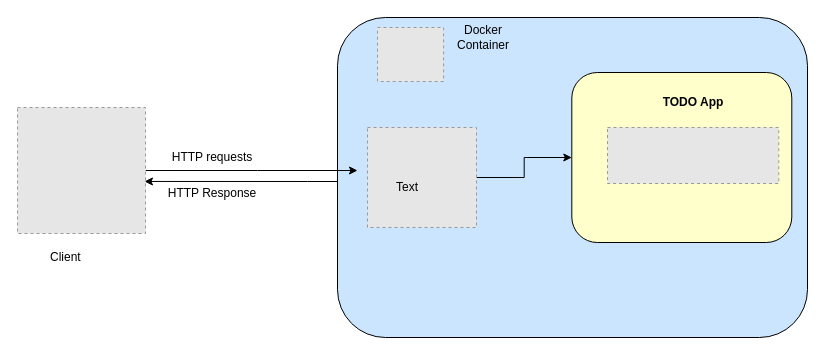
The draw.io diagram documentation/Container_Diagram.drawio in kiranuppi/DevOps-Course-Starter, before the edit. Source tidied: cells renumbered, new cells numbered last; positions are measured from the earlier drawing's top-left corner, leaving out a move shared by most shapes. Both pictures are drawn from the tidied source at 100%, with x=0, y=0 at pixel (17, 17). Pictures stored in the file or linked from it are replaced by grey dashed boxes.
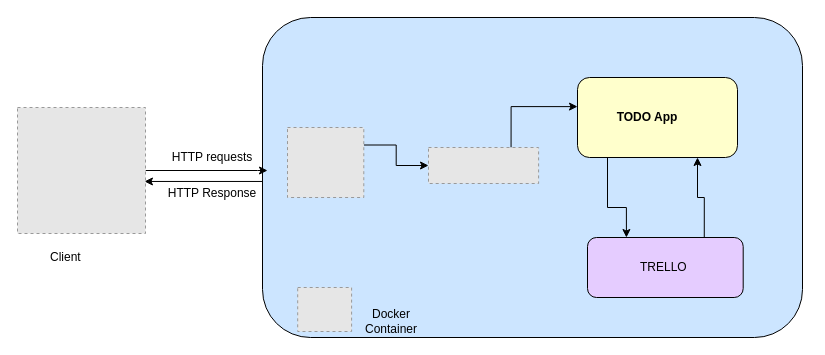
The same page after the edit.

The change refers to these unchanged cells:
```xml
<mxCell id="8" style="fillColor=#E6E6E6;strokeColor=#999999;dashed=1;verticalLabelPosition=bottom;labelBackgroundColor=#ffffff;verticalAlign=top;" parent="1" vertex="1">
  <mxGeometry y="90" width="128" height="126" as="geometry" />
</mxCell>
```

The edit, as a diff of the source:
```diff
@@
     <mxCell id="4" style="rounded=1;whiteSpace=wrap;html=1;fillColor=#CCE5FF;" parent="1" vertex="1">
-      <mxGeometry x="320" width="470" height="320" as="geometry" />
+      <mxGeometry x="245" width="540" height="320" as="geometry" />
     </mxCell>
     <mxCell id="5" style="fillColor=#E6E6E6;strokeColor=#999999;dashed=1;verticalLabelPosition=bottom;labelBackgroundColor=#ffffff;verticalAlign=top;" parent="1" vertex="1">
-      <mxGeometry x="360" y="10" width="66.1" height="54" as="geometry" />
+      <mxGeometry x="280.2" y="270" width="53.9" height="44" as="geometry" />
     </mxCell>
     <mxCell id="6" value="Docker Container" style="text;html=1;strokeColor=none;fillColor=none;align=center;verticalAlign=middle;whiteSpace=wrap;rounded=0;" parent="1" vertex="1">
-      <mxGeometry x="426.1" y="10" width="80" height="20" as="geometry" />
+      <mxGeometry x="334.1" y="294" width="80" height="20" as="geometry" />
     </mxCell>
     <mxCell id="7" style="edgeStyle=orthogonalEdgeStyle;rounded=0;jettySize=auto;html=1;exitX=1;exitY=0.5;exitDx=0;exitDy=0;" parent="1" edge="1" source="8">
       <mxGeometry relative="1" as="geometry">
-        <mxPoint x="340" y="153" as="targetPoint" />
+        <mxPoint x="250" y="153" as="targetPoint" />
         <Array as="points">
           <mxPoint x="240" y="153" />
           <mxPoint x="240" y="153" />
         </Array>
       </mxGeometry>
     </mxCell>
@@
-    <mxCell id="11" style="edgeStyle=orthogonalEdgeStyle;rounded=0;jettySize=auto;html=1;exitX=1;exitY=0.5;exitDx=0;exitDy=0;" parent="1" edge="1" source="12" target="13">
-      <mxGeometry relative="1" as="geometry" />
-    </mxCell>
+    <mxCell id="18" style="edgeStyle=orthogonalEdgeStyle;rounded=0;jettySize=auto;html=1;exitX=1;exitY=0.25;exitDx=0;exitDy=0;" parent="1" edge="1" source="12" target="14">
+      <mxGeometry relative="1" as="geometry" />
+    </mxCell>
     <mxCell id="12" style="fillColor=#E6E6E6;strokeColor=#999999;dashed=1;verticalLabelPosition=bottom;labelBackgroundColor=#ffffff;verticalAlign=top;" parent="1" vertex="1">
-      <mxGeometry x="350" y="110" width="109" height="100" as="geometry" />
+      <mxGeometry x="270" y="110" width="76.3" height="70" as="geometry" />
     </mxCell>
+    <mxCell id="19" style="edgeStyle=orthogonalEdgeStyle;rounded=0;jettySize=auto;html=1;exitX=0.25;exitY=1;exitDx=0;exitDy=0;entryX=0.25;entryY=0;entryDx=0;entryDy=0;" parent="1" edge="1" source="13" target="22">
+      <mxGeometry relative="1" as="geometry">
+        <Array as="points">
+          <mxPoint x="590" y="140" />
+          <mxPoint x="590" y="190" />
+          <mxPoint x="609" y="190" />
+        </Array>
+      </mxGeometry>
+    </mxCell>
     <mxCell id="13" style="rounded=1;whiteSpace=wrap;html=1;fillColor=#FFFFCC;" parent="1" vertex="1">
-      <mxGeometry x="554.3" y="55" width="220" height="170" as="geometry" />
+      <mxGeometry x="560" y="60" width="160" height="80" as="geometry" />
     </mxCell>
+    <mxCell id="20" style="edgeStyle=orthogonalEdgeStyle;rounded=0;jettySize=auto;html=1;exitX=0.75;exitY=0;exitDx=0;exitDy=0;entryX=0;entryY=0.364;entryDx=0;entryDy=0;entryPerimeter=0;" parent="1" edge="1" source="14" target="13">
+      <mxGeometry relative="1" as="geometry" />
+    </mxCell>
     <mxCell id="14" style="fillColor=#E6E6E6;strokeColor=#999999;dashed=1;verticalLabelPosition=bottom;labelBackgroundColor=#ffffff;verticalAlign=top;" parent="1" vertex="1">
-      <mxGeometry x="590" y="110" width="171.3" height="56" as="geometry" />
+      <mxGeometry x="411" y="130" width="110.1" height="36" as="geometry" />
     </mxCell>
-    <mxCell id="15" value="Text" style="text;html=1;strokeColor=none;fillColor=none;align=center;verticalAlign=middle;whiteSpace=wrap;rounded=0;" parent="1" vertex="1">
-      <mxGeometry x="370" y="160" width="40" height="20" as="geometry" />
-    </mxCell>
     <mxCell id="16" value="&lt;b&gt;TODO App&lt;/b&gt;" style="text;html=1;strokeColor=none;fillColor=none;align=center;verticalAlign=middle;whiteSpace=wrap;rounded=0;" parent="1" vertex="1">
-      <mxGeometry x="635.7" y="70" width="80" height="30" as="geometry" />
+      <mxGeometry x="590" y="85" width="80" height="30" as="geometry" />
     </mxCell>
@@
+    <mxCell id="21" style="edgeStyle=orthogonalEdgeStyle;rounded=0;jettySize=auto;html=1;exitX=0.75;exitY=0;exitDx=0;exitDy=0;entryX=0.75;entryY=1;entryDx=0;entryDy=0;" parent="1" edge="1" source="22" target="13">
+      <mxGeometry relative="1" as="geometry" />
+    </mxCell>
+    <mxCell id="22" value="TRELLO&amp;nbsp;" style="rounded=1;whiteSpace=wrap;html=1;fillColor=#E5CCFF;" parent="1" vertex="1">
+      <mxGeometry x="570" y="220" width="155.7" height="60" as="geometry" />
+    </mxCell>
```
